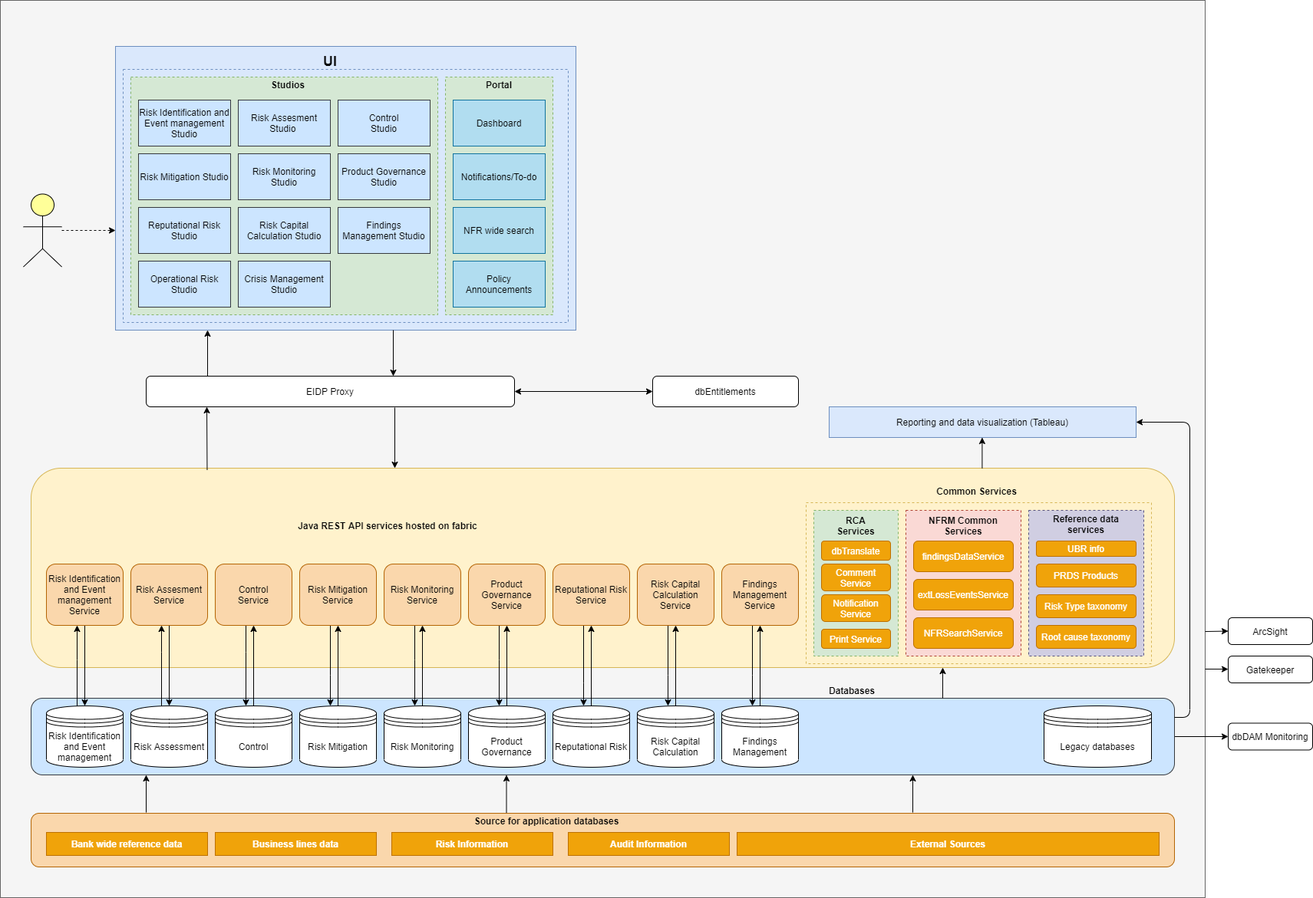
This is dbfuse/technical architecture.png from kothawaderupesh/draw.io-diagrams, a draw.io export, as it was before one commit. Source tidied: cells renumbered, new cells last; positions are measured from the earlier drawing's top-left corner, leaving out a move shared by most shapes.
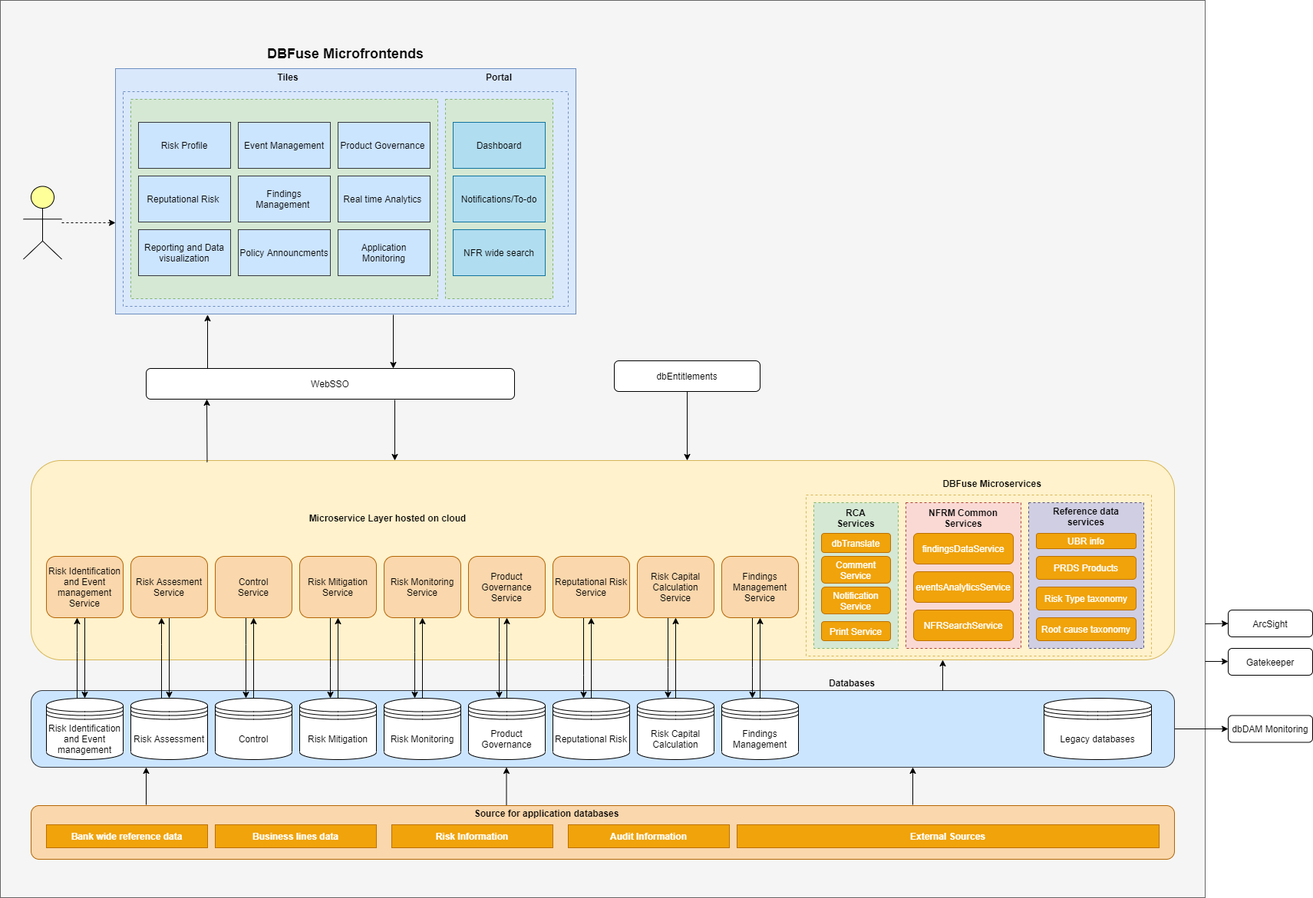
After the commit.

The edit, as a diff of the source:
```diff
@@ -3,13 +3,13 @@
     <mxCell id="0" />
     <mxCell id="1" parent="0" />
     <mxCell id="2" style="rounded=0;whiteSpace=wrap;html=1;fillColor=#f5f5f5;strokeColor=#666666;fontColor=#333333;" parent="1" vertex="1">
-      <mxGeometry width="1570" height="1170" as="geometry" />
+      <mxGeometry y="10" width="1570" height="1170" as="geometry" />
     </mxCell>
     <mxCell id="3" style="rounded=0;whiteSpace=wrap;html=1;fillColor=#dae8fc;strokeColor=#6c8ebf;" parent="1" vertex="1">
-      <mxGeometry x="150" y="60" width="600" height="370" as="geometry" />
+      <mxGeometry x="150" y="99" width="600" height="320" as="geometry" />
     </mxCell>
     <mxCell id="4" style="rounded=0;whiteSpace=wrap;html=1;dashed=1;fillColor=#dae8fc;strokeColor=#6c8ebf;" parent="1" vertex="1">
-      <mxGeometry x="160" y="90" width="580" height="330" as="geometry" />
+      <mxGeometry x="160" y="129" width="580" height="280" as="geometry" />
     </mxCell>
     <mxCell id="5" style="rounded=1;whiteSpace=wrap;html=1;horizontal=1;fillColor=#fff2cc;strokeColor=#d6b656;" parent="1" vertex="1">
       <mxGeometry x="40" y="610" width="1490" height="260" as="geometry" />
@@ -221,7 +221,7 @@
     <mxCell id="59" value="findingsDataService" style="rounded=1;whiteSpace=wrap;html=1;fillColor=#f0a30a;strokeColor=#BD7000;fontColor=#ffffff;" parent="1" vertex="1">
       <mxGeometry x="1190" y="705" width="130" height="40" as="geometry" />
     </mxCell>
-    <mxCell id="60" value="extLossEventsService" style="rounded=1;whiteSpace=wrap;html=1;fillColor=#f0a30a;strokeColor=#BD7000;fontColor=#ffffff;" parent="1" vertex="1">
+    <mxCell id="60" value="eventsAnalyticsService" style="rounded=1;whiteSpace=wrap;html=1;fillColor=#f0a30a;strokeColor=#BD7000;fontColor=#ffffff;" parent="1" vertex="1">
       <mxGeometry x="1190" y="755" width="130" height="40" as="geometry" />
     </mxCell>
     <mxCell id="61" value="NFRSearchService" style="rounded=1;whiteSpace=wrap;html=1;fillColor=#f0a30a;strokeColor=#BD7000;fontColor=#ffffff;" parent="1" vertex="1">
@@ -248,80 +248,67 @@
     <mxCell id="68" value="&lt;b&gt;Reference data services&lt;/b&gt;" style="text;html=1;strokeColor=none;fillColor=none;align=center;verticalAlign=middle;whiteSpace=wrap;rounded=0;dashed=1;" parent="1" vertex="1">
       <mxGeometry x="1350" y="670" width="130" height="25" as="geometry" />
     </mxCell>
-    <mxCell id="69" value="&lt;b&gt;Common Services&lt;/b&gt;" style="text;html=1;strokeColor=none;fillColor=none;align=center;verticalAlign=middle;whiteSpace=wrap;rounded=0;dashed=1;" parent="1" vertex="1">
-      <mxGeometry x="1215" y="635" width="115" height="10" as="geometry" />
+    <mxCell id="69" value="&lt;b&gt;DBFuse Microservices&lt;/b&gt;" style="text;html=1;strokeColor=none;fillColor=none;align=center;verticalAlign=middle;whiteSpace=wrap;rounded=0;dashed=1;" parent="1" vertex="1">
+      <mxGeometry x="1215" y="635" width="155" height="10" as="geometry" />
     </mxCell>
-    <mxCell id="70" value="&lt;b&gt;Java REST API services hosted on fabric&lt;/b&gt;" style="text;html=1;strokeColor=none;fillColor=none;align=center;verticalAlign=middle;whiteSpace=wrap;rounded=0;" parent="1" vertex="1">
+    <mxCell id="70" value="&lt;b&gt;Microservice Layer hosted on cloud&lt;/b&gt;" style="text;html=1;strokeColor=none;fillColor=none;align=center;verticalAlign=middle;whiteSpace=wrap;rounded=0;" parent="1" vertex="1">
       <mxGeometry x="270" y="675" width="470" height="20" as="geometry" />
     </mxCell>
     <mxCell id="71" style="rounded=0;whiteSpace=wrap;html=1;dashed=1;fillColor=#d5e8d4;strokeColor=#82b366;" parent="1" vertex="1">
-      <mxGeometry x="170" y="100" width="400" height="310" as="geometry" />
+      <mxGeometry x="170" y="139" width="400" height="260" as="geometry" />
     </mxCell>
-    <mxCell id="72" value="&lt;span style=&quot;font-family: &amp;#34;helvetica&amp;#34;&quot;&gt;Risk Identification and Event management Studio&lt;/span&gt;" style="rounded=0;whiteSpace=wrap;html=1;fillColor=#cce5ff;strokeColor=#36393d;" parent="1" vertex="1">
-      <mxGeometry x="180" y="130" width="120" height="60" as="geometry" />
+    <mxCell id="72" value="&lt;span style=&quot;font-family: &amp;#34;helvetica&amp;#34;&quot;&gt;Risk Profile&lt;/span&gt;" style="rounded=0;whiteSpace=wrap;html=1;fillColor=#cce5ff;strokeColor=#36393d;" parent="1" vertex="1">
+      <mxGeometry x="180" y="169" width="120" height="60" as="geometry" />
     </mxCell>
-    <mxCell id="73" value="&lt;span style=&quot;font-family: &amp;#34;helvetica&amp;#34;&quot;&gt;Risk Assesment Studio&amp;nbsp;&lt;/span&gt;" style="rounded=0;whiteSpace=wrap;html=1;fillColor=#cce5ff;strokeColor=#36393d;" parent="1" vertex="1">
-      <mxGeometry x="310" y="130" width="120" height="60" as="geometry" />
+    <mxCell id="73" value="&lt;span style=&quot;font-family: &amp;#34;helvetica&amp;#34;&quot;&gt;Event Management&lt;/span&gt;" style="rounded=0;whiteSpace=wrap;html=1;fillColor=#cce5ff;strokeColor=#36393d;" parent="1" vertex="1">
+      <mxGeometry x="310" y="169" width="120" height="60" as="geometry" />
     </mxCell>
-    <mxCell id="74" value="&lt;span style=&quot;font-family: &amp;#34;helvetica&amp;#34;&quot;&gt;Control&lt;/span&gt;&lt;br style=&quot;font-family: &amp;#34;helvetica&amp;#34;&quot;&gt;&lt;font face=&quot;helvetica&quot;&gt;Studio&lt;/font&gt;" style="rounded=0;whiteSpace=wrap;html=1;fillColor=#cce5ff;strokeColor=#36393d;" parent="1" vertex="1">
-      <mxGeometry x="440" y="130" width="120" height="60" as="geometry" />
-    </mxCell>
-    <mxCell id="75" value="&lt;span style=&quot;font-family: &amp;#34;helvetica&amp;#34;&quot;&gt;Risk Mitigation Studio&lt;/span&gt;" style="rounded=0;whiteSpace=wrap;html=1;fillColor=#cce5ff;strokeColor=#36393d;" parent="1" vertex="1">
-      <mxGeometry x="180" y="200" width="120" height="60" as="geometry" />
-    </mxCell>
-    <mxCell id="76" value="&lt;span style=&quot;font-family: &amp;#34;helvetica&amp;#34;&quot;&gt;Risk Monitoring Studio&lt;/span&gt;" style="rounded=0;whiteSpace=wrap;html=1;fillColor=#cce5ff;strokeColor=#36393d;" parent="1" vertex="1">
-      <mxGeometry x="310" y="200" width="120" height="60" as="geometry" />
-    </mxCell>
-    <mxCell id="77" value="&lt;span style=&quot;font-family: &amp;#34;helvetica&amp;#34;&quot;&gt;Product Governance Studio&lt;/span&gt;" style="rounded=0;whiteSpace=wrap;html=1;fillColor=#cce5ff;strokeColor=#36393d;" parent="1" vertex="1">
-      <mxGeometry x="440" y="200" width="120" height="60" as="geometry" />
+    <mxCell id="77" value="&lt;span style=&quot;font-family: &amp;#34;helvetica&amp;#34;&quot;&gt;Product Governance&amp;nbsp;&lt;/span&gt;" style="rounded=0;whiteSpace=wrap;html=1;fillColor=#cce5ff;strokeColor=#36393d;" parent="1" vertex="1">
+      <mxGeometry x="440" y="169" width="120" height="60" as="geometry" />
     </mxCell>
-    <mxCell id="78" value="&lt;span style=&quot;font-family: &amp;#34;helvetica&amp;#34;&quot;&gt;Reputational Risk Studio&lt;/span&gt;" style="rounded=0;whiteSpace=wrap;html=1;fillColor=#cce5ff;strokeColor=#36393d;" parent="1" vertex="1">
-      <mxGeometry x="180" y="270" width="120" height="60" as="geometry" />
+    <mxCell id="78" value="&lt;span style=&quot;font-family: &amp;#34;helvetica&amp;#34;&quot;&gt;Reputational Risk&amp;nbsp;&lt;/span&gt;" style="rounded=0;whiteSpace=wrap;html=1;fillColor=#cce5ff;strokeColor=#36393d;" parent="1" vertex="1">
+      <mxGeometry x="180" y="239" width="120" height="60" as="geometry" />
     </mxCell>
-    <mxCell id="79" value="&lt;span style=&quot;font-family: &amp;#34;helvetica&amp;#34;&quot;&gt;Risk Capital Calculation Studio&lt;/span&gt;" style="rounded=0;whiteSpace=wrap;html=1;fillColor=#cce5ff;strokeColor=#36393d;" parent="1" vertex="1">
-      <mxGeometry x="310" y="270" width="120" height="60" as="geometry" />
-    </mxCell>
-    <mxCell id="80" value="&lt;span style=&quot;font-family: &amp;#34;helvetica&amp;#34;&quot;&gt;Findings Management Studio&lt;/span&gt;" style="rounded=0;whiteSpace=wrap;html=1;fillColor=#cce5ff;strokeColor=#36393d;" parent="1" vertex="1">
-      <mxGeometry x="440" y="270" width="120" height="60" as="geometry" />
+    <mxCell id="80" value="&lt;span style=&quot;font-family: &amp;#34;helvetica&amp;#34;&quot;&gt;Findings Management&amp;nbsp;&lt;/span&gt;" style="rounded=0;whiteSpace=wrap;html=1;fillColor=#cce5ff;strokeColor=#36393d;" parent="1" vertex="1">
+      <mxGeometry x="310" y="239" width="120" height="60" as="geometry" />
     </mxCell>
-    <mxCell id="81" value="Operational Risk Studio" style="rounded=0;whiteSpace=wrap;html=1;fillColor=#cce5ff;strokeColor=#36393d;" parent="1" vertex="1">
-      <mxGeometry x="180" y="340" width="120" height="60" as="geometry" />
+    <mxCell id="81" value="Reporting and Data visualization" style="rounded=0;whiteSpace=wrap;html=1;fillColor=#cce5ff;strokeColor=#36393d;" parent="1" vertex="1">
+      <mxGeometry x="180" y="309" width="120" height="60" as="geometry" />
     </mxCell>
-    <mxCell id="82" value="&lt;span style=&quot;font-family: &amp;#34;helvetica&amp;#34;&quot;&gt;Crisis Management Studio&lt;/span&gt;" style="rounded=0;whiteSpace=wrap;html=1;fillColor=#cce5ff;strokeColor=#36393d;" parent="1" vertex="1">
-      <mxGeometry x="310" y="340" width="120" height="60" as="geometry" />
-    </mxCell>
     <mxCell id="83" style="rounded=0;whiteSpace=wrap;html=1;dashed=1;fillColor=#d5e8d4;strokeColor=#82b366;" parent="1" vertex="1">
-      <mxGeometry x="580" y="100" width="140" height="310" as="geometry" />
+      <mxGeometry x="580" y="139" width="140" height="260" as="geometry" />
     </mxCell>
     <mxCell id="84" value="Dashboard" style="rounded=0;whiteSpace=wrap;html=1;fillColor=#b1ddf0;strokeColor=#10739e;" parent="1" vertex="1">
-      <mxGeometry x="590" y="130" width="120" height="60" as="geometry" />
+      <mxGeometry x="590" y="169" width="120" height="60" as="geometry" />
     </mxCell>
     <mxCell id="85" value="Notifications/To-do" style="rounded=0;whiteSpace=wrap;html=1;fillColor=#b1ddf0;strokeColor=#10739e;" parent="1" vertex="1">
-      <mxGeometry x="590" y="200" width="120" height="60" as="geometry" />
+      <mxGeometry x="590" y="239" width="120" height="60" as="geometry" />
     </mxCell>
     <mxCell id="86" value="NFR wide search" style="rounded=0;whiteSpace=wrap;html=1;fillColor=#b1ddf0;strokeColor=#10739e;" parent="1" vertex="1">
-      <mxGeometry x="590" y="270" width="120" height="60" as="geometry" />
+      <mxGeometry x="590" y="309" width="120" height="60" as="geometry" />
     </mxCell>
-    <mxCell id="87" value="Policy Announcements" style="rounded=0;whiteSpace=wrap;html=1;fillColor=#b1ddf0;strokeColor=#10739e;" parent="1" vertex="1">
-      <mxGeometry x="590" y="340" width="120" height="60" as="geometry" />
-    </mxCell>
     <mxCell id="88" value="Print Service" style="rounded=1;whiteSpace=wrap;html=1;fillColor=#f0a30a;strokeColor=#BD7000;fontColor=#ffffff;" parent="1" vertex="1">
       <mxGeometry x="1070" y="820" width="90" height="25" as="geometry" />
     </mxCell>
-    <mxCell id="89" value="&lt;b&gt;Studios&lt;/b&gt;" style="text;html=1;strokeColor=none;fillColor=none;align=center;verticalAlign=middle;whiteSpace=wrap;rounded=0;" parent="1" vertex="1">
+    <mxCell id="89" value="&lt;b&gt;Tiles&lt;/b&gt;" style="text;html=1;strokeColor=none;fillColor=none;align=center;verticalAlign=middle;whiteSpace=wrap;rounded=0;" parent="1" vertex="1">
       <mxGeometry x="330" y="100" width="90" height="20" as="geometry" />
     </mxCell>
     <mxCell id="90" value="&lt;b&gt;Portal&lt;/b&gt;" style="text;html=1;strokeColor=none;fillColor=none;align=center;verticalAlign=middle;whiteSpace=wrap;rounded=0;" parent="1" vertex="1">
       <mxGeometry x="630" y="100" width="40" height="20" as="geometry" />
     </mxCell>
-    <mxCell id="91" value="&lt;b&gt;&lt;font style=&quot;font-size: 18px&quot;&gt;UI&lt;/font&gt;&lt;/b&gt;" style="text;html=1;strokeColor=none;fillColor=none;align=center;verticalAlign=middle;whiteSpace=wrap;rounded=0;dashed=1;" parent="1" vertex="1">
-      <mxGeometry x="410" y="70" width="40" height="20" as="geometry" />
+    <mxCell id="91" value="&lt;b&gt;&lt;font style=&quot;font-size: 18px&quot;&gt;DBFuse Microfrontends&lt;/font&gt;&lt;/b&gt;" style="text;html=1;strokeColor=none;fillColor=none;align=center;verticalAlign=middle;whiteSpace=wrap;rounded=0;dashed=1;" parent="1" vertex="1">
+      <mxGeometry x="345" y="70" width="210" height="20" as="geometry" />
     </mxCell>
-    <mxCell id="92" value="EIDP Proxy" style="rounded=1;whiteSpace=wrap;html=1;" parent="1" vertex="1">
+    <mxCell id="92" value="WebSSO" style="rounded=1;whiteSpace=wrap;html=1;" parent="1" vertex="1">
       <mxGeometry x="190" y="490" width="480" height="40" as="geometry" />
     </mxCell>
+    <mxCell id="114" style="edgeStyle=orthogonalEdgeStyle;rounded=0;jettySize=auto;html=1;" parent="1" edge="1" source="93">
+      <mxGeometry relative="1" as="geometry">
+        <mxPoint x="895" y="610" as="targetPoint" />
+      </mxGeometry>
+    </mxCell>
     <mxCell id="93" value="dbEntitlements" style="rounded=1;whiteSpace=wrap;html=1;" parent="1" vertex="1">
-      <mxGeometry x="850" y="490" width="190" height="40" as="geometry" />
+      <mxGeometry x="800" y="480" width="190" height="40" as="geometry" />
     </mxCell>
     <mxCell id="94" value="ArcSight" style="rounded=1;whiteSpace=wrap;html=1;" parent="1" vertex="1">
       <mxGeometry x="1600" y="805" width="110" height="35" as="geometry" />
@@ -332,10 +319,9 @@
     <mxCell id="96" value="dbDAM Monitoring" style="rounded=1;whiteSpace=wrap;html=1;" parent="1" vertex="1">
       <mxGeometry x="1600" y="942.5" width="110" height="35" as="geometry" />
     </mxCell>
-    <mxCell id="97" style="endArrow=classic;html=1;" parent="1" edge="1">
+    <mxCell id="97" style="endArrow=classic;html=1;entryX=0.2;entryY=1.003;entryDx=0;entryDy=0;entryPerimeter=0;" parent="1" edge="1" target="3">
       <mxGeometry relative="1" as="geometry">
         <mxPoint x="270" y="490" as="sourcePoint" />
-        <mxPoint x="270" y="430" as="targetPoint" />
       </mxGeometry>
     </mxCell>
     <mxCell id="98" style="endArrow=classic;html=1;exitX=0.154;exitY=0.008;exitDx=0;exitDy=0;exitPerimeter=0;" parent="1" edge="1" source="5">
@@ -345,7 +331,7 @@
     </mxCell>
     <mxCell id="99" style="endArrow=classic;html=1;" parent="1" edge="1">
       <mxGeometry relative="1" as="geometry">
-        <mxPoint x="512" y="430" as="sourcePoint" />
+        <mxPoint x="512" y="420" as="sourcePoint" />
         <mxPoint x="512" y="490" as="targetPoint" />
       </mxGeometry>
     </mxCell>
@@ -355,11 +341,6 @@
         <mxPoint x="514" y="610" as="targetPoint" />
       </mxGeometry>
     </mxCell>
-    <mxCell id="101" style="endArrow=classic;startArrow=classic;html=1;entryX=0;entryY=0.5;entryDx=0;entryDy=0;" parent="1" edge="1" target="93">
-      <mxGeometry relative="1" as="geometry">
-        <mxPoint x="670" y="510" as="sourcePoint" />
-      </mxGeometry>
-    </mxCell>
     <mxCell id="102" style="endArrow=classic;html=1;" parent="1" edge="1">
       <mxGeometry relative="1" as="geometry">
         <mxPoint x="190" y="1059" as="sourcePoint" />
@@ -398,22 +379,6 @@
     <mxCell id="108" value="&lt;b&gt;Databases&lt;/b&gt;" style="text;html=1;strokeColor=none;fillColor=none;align=center;verticalAlign=middle;whiteSpace=wrap;rounded=0;dashed=1;" parent="1" vertex="1">
       <mxGeometry x="1040" y="890" width="140" height="20" as="geometry" />
     </mxCell>
-    <mxCell id="109" value="Reporting and data visualization (Tableau)" style="rounded=0;whiteSpace=wrap;html=1;fillColor=#dae8fc;strokeColor=#6c8ebf;" parent="1" vertex="1">
-      <mxGeometry x="1080" y="530" width="400" height="40" as="geometry" />
-    </mxCell>
-    <mxCell id="110" style="endArrow=classic;html=1;" parent="1" edge="1">
-      <mxGeometry relative="1" as="geometry">
-        <mxPoint x="1279.4" y="610" as="sourcePoint" />
-        <mxPoint x="1279.4" y="570" as="targetPoint" />
-      </mxGeometry>
-    </mxCell>
-    <mxCell id="111" style="edgeStyle=elbowEdgeStyle;elbow=horizontal;endArrow=classic;html=1;entryX=1;entryY=0.5;entryDx=0;entryDy=0;exitX=1;exitY=0.25;exitDx=0;exitDy=0;" parent="1" edge="1" source="15" target="109">
-      <mxGeometry relative="1" as="geometry">
-        <Array as="points">
-          <mxPoint x="1550" y="760" />
-        </Array>
-      </mxGeometry>
-    </mxCell>
     <mxCell id="112" style="edgeStyle=orthogonalEdgeStyle;rounded=0;jettySize=auto;html=1;dashed=1;" parent="1" edge="1" source="113">
       <mxGeometry relative="1" as="geometry">
         <mxPoint x="150" y="300" as="targetPoint" />
@@ -426,5 +391,14 @@
     <mxCell id="113" style="html=1;whiteSpace=wrap;fillColor=#ffff99;shape=mxgraph.archimate3.actor;fontSize=14;" parent="1" vertex="1">
       <mxGeometry x="30" y="252.5" width="50" height="95" as="geometry" />
     </mxCell>
+    <mxCell id="115" value="&lt;span style=&quot;font-family: &amp;#34;helvetica&amp;#34;&quot;&gt;Real time Analytics&amp;nbsp;&lt;/span&gt;" style="rounded=0;whiteSpace=wrap;html=1;fillColor=#cce5ff;strokeColor=#36393d;" parent="1" vertex="1">
+      <mxGeometry x="440" y="239" width="120" height="60" as="geometry" />
+    </mxCell>
+    <mxCell id="116" value="&lt;span style=&quot;font-family: &amp;#34;helvetica&amp;#34;&quot;&gt;Policy Announcments&lt;/span&gt;" style="rounded=0;whiteSpace=wrap;html=1;fillColor=#cce5ff;strokeColor=#36393d;" parent="1" vertex="1">
+      <mxGeometry x="310" y="309" width="120" height="60" as="geometry" />
+    </mxCell>
+    <mxCell id="117" value="&lt;span style=&quot;font-family: &amp;#34;helvetica&amp;#34;&quot;&gt;Application Monitoring&lt;/span&gt;" style="rounded=0;whiteSpace=wrap;html=1;fillColor=#cce5ff;strokeColor=#36393d;" parent="1" vertex="1">
+      <mxGeometry x="440" y="309" width="120" height="60" as="geometry" />
+    </mxCell>
   </root>
 </mxGraphModel>
```
